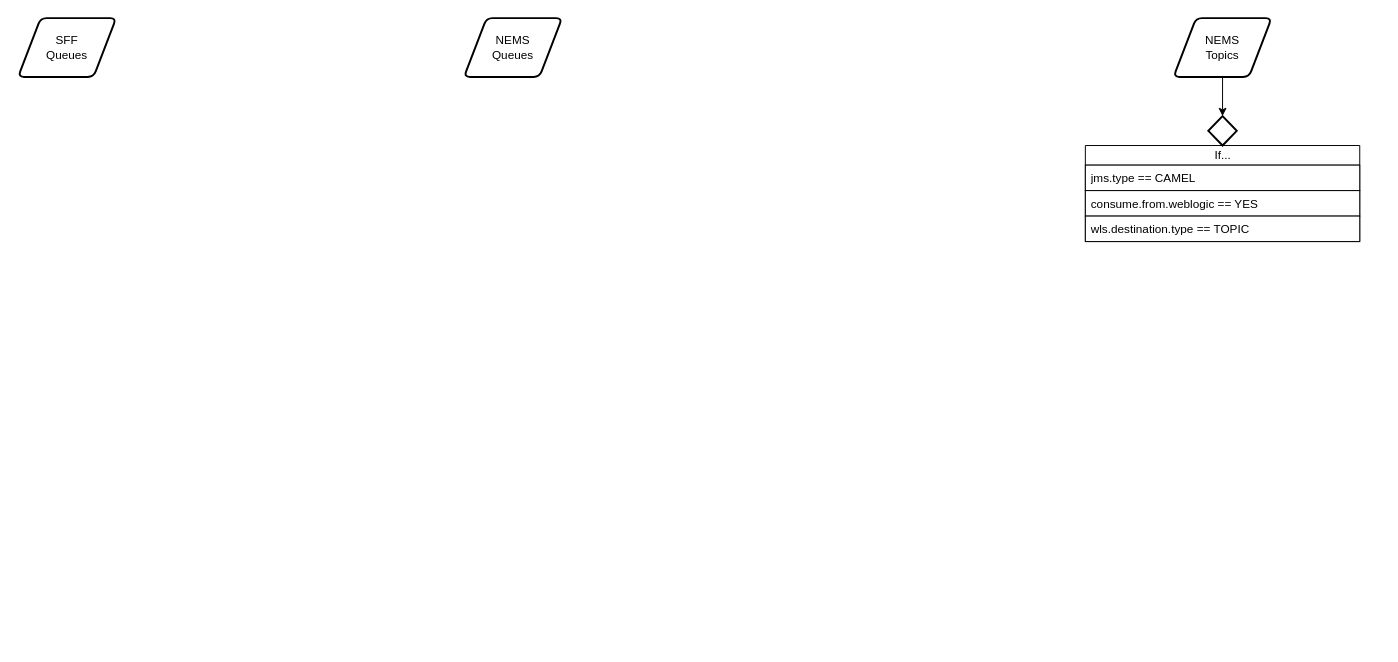
The draw.io diagram DGM_CamelRoutes.drawio in Joshua-Thornton-software-dev/myDrawIO, before the edit. Source tidied: cells renumbered, new cells numbered last; positions are measured from the earlier drawing's top-left corner, leaving out a move shared by most shapes. Both pictures are drawn from the tidied source at 98%, with x=0, y=0 at pixel (18, 18).
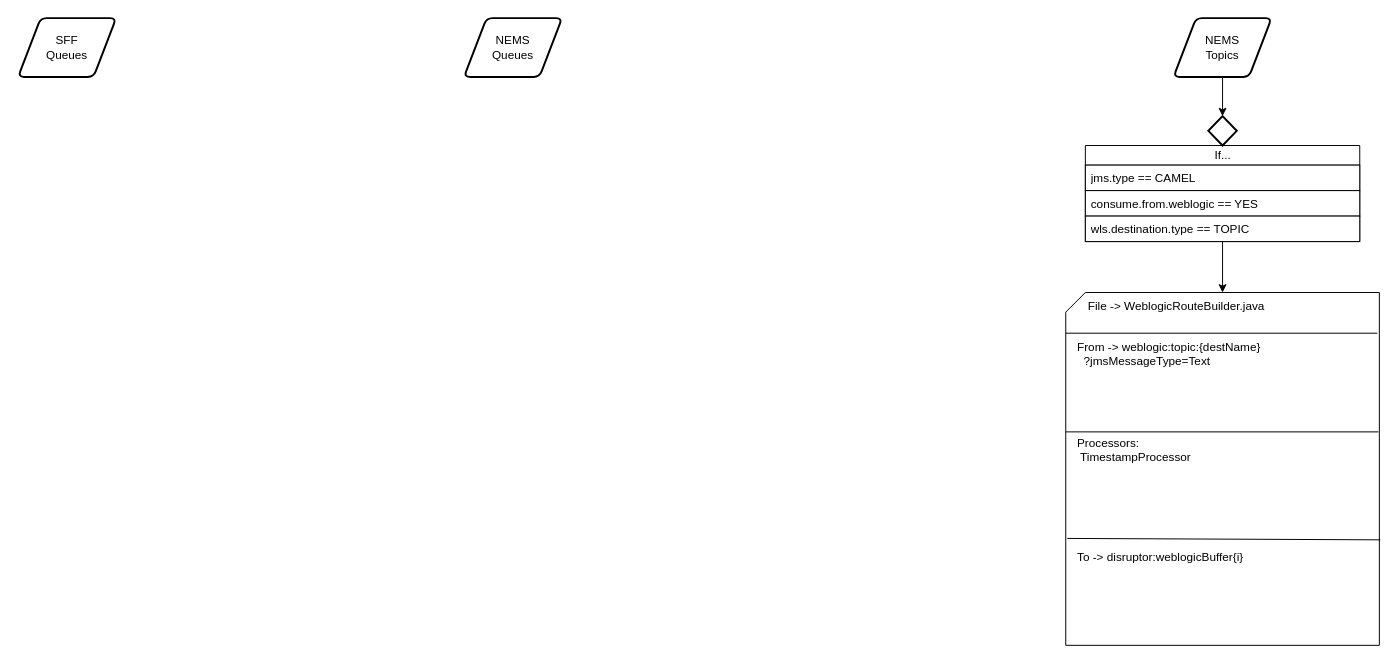
Above is the later version.

Unchanged cells that the change refers to:
```xml
<mxCell id="4" value="If..." style="swimlane;fontStyle=0;horizontal=1;startSize=20;fillColor=default;html=1;" parent="3" vertex="1">
  <mxGeometry y="30" width="280" height="98" as="geometry" />
</mxCell>
```

The edit, as a diff of the source:
```diff
@@
+    <mxCell id="12" style="group;" parent="1" vertex="1">
+      <mxGeometry x="1069" y="280" width="320" height="360" as="geometry" />
+    </mxCell>
+    <mxCell id="13" style="verticalLabelPosition=bottom;verticalAlign=top;html=1;shape=card;whiteSpace=wrap;size=20;arcSize=12;" parent="12" vertex="1">
+      <mxGeometry width="320" height="360" as="geometry" />
+    </mxCell>
+    <mxCell id="14" value="From -&amp;gt; weblogic:topic:{destName}&lt;br&gt;&lt;span style=&quot;white-space: pre;&quot;&gt; &lt;span style=&quot;white-space: pre;&quot;&gt; &lt;/span&gt;&lt;/span&gt;?jmsMessageType=Text" style="text;html=1;align=left;verticalAlign=top;strokeColor=none;fillColor=none;labelBackgroundColor=none;" parent="12" vertex="1">
+      <mxGeometry x="10" y="41.5" width="210" height="40" as="geometry" />
+    </mxCell>
+    <mxCell id="15" style="endArrow=none;html=1;rounded=0;exitX=0;exitY=0.395;exitDx=0;exitDy=0;exitPerimeter=0;entryX=0.997;entryY=0.395;entryDx=0;entryDy=0;entryPerimeter=0;" parent="12" edge="1" source="13" target="13">
+      <mxGeometry relative="1" as="geometry" />
+    </mxCell>
+    <mxCell id="16" value="File -&amp;gt; WeblogicRouteBuilder.java" style="text;html=1;align=left;verticalAlign=top;strokeColor=none;fillColor=none;labelBackgroundColor=none;" parent="12" vertex="1">
+      <mxGeometry x="21" width="200" height="30" as="geometry" />
+    </mxCell>
+    <mxCell id="17" style="endArrow=none;html=1;rounded=0;exitX=0.005;exitY=0.697;exitDx=0;exitDy=0;exitPerimeter=0;entryX=1.003;entryY=0.701;entryDx=0;entryDy=0;entryPerimeter=0;" parent="12" edge="1" source="13" target="13">
+      <mxGeometry relative="1" as="geometry" />
+    </mxCell>
+    <mxCell id="18" value="To -&amp;gt; disruptor:weblogicBuffer{i}" style="text;html=1;align=left;verticalAlign=top;strokeColor=none;fillColor=none;labelBackgroundColor=none;" parent="12" vertex="1">
+      <mxGeometry x="10" y="255.8" width="190" height="30" as="geometry" />
+    </mxCell>
+    <mxCell id="19" style="endArrow=none;html=1;rounded=0;exitX=0;exitY=0.451;exitDx=0;exitDy=0;exitPerimeter=0;entryX=0.995;entryY=0.451;entryDx=0;entryDy=0;entryPerimeter=0;" parent="12" edge="1">
+      <mxGeometry relative="1" as="geometry">
+        <mxPoint y="41.5" as="sourcePoint" />
+        <mxPoint x="318" y="41.5" as="targetPoint" />
+      </mxGeometry>
+    </mxCell>
+    <mxCell id="20" value="Processors:&lt;br&gt;&lt;span style=&quot;white-space: pre;&quot;&gt; &lt;/span&gt;TimestampProcessor" style="text;html=1;align=left;verticalAlign=top;strokeColor=none;fillColor=none;labelBackgroundColor=none;" parent="12" vertex="1">
+      <mxGeometry x="10" y="140" width="160" height="40" as="geometry" />
+    </mxCell>
+    <mxCell id="21" style="edgeStyle=orthogonalEdgeStyle;rounded=0;jettySize=auto;html=1;" parent="1" edge="1" source="4" target="13">
+      <mxGeometry relative="1" as="geometry" />
+    </mxCell>
```
